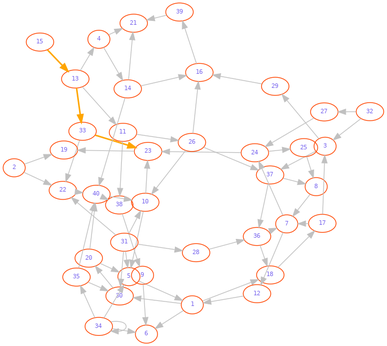
This is image/graphTF.gv.png from MaxTer43/TF-201414715-201416643-201810133-201910127, a Graphviz export, as it was before one commit. Its source is kept beside it as image/graphTF.gv.
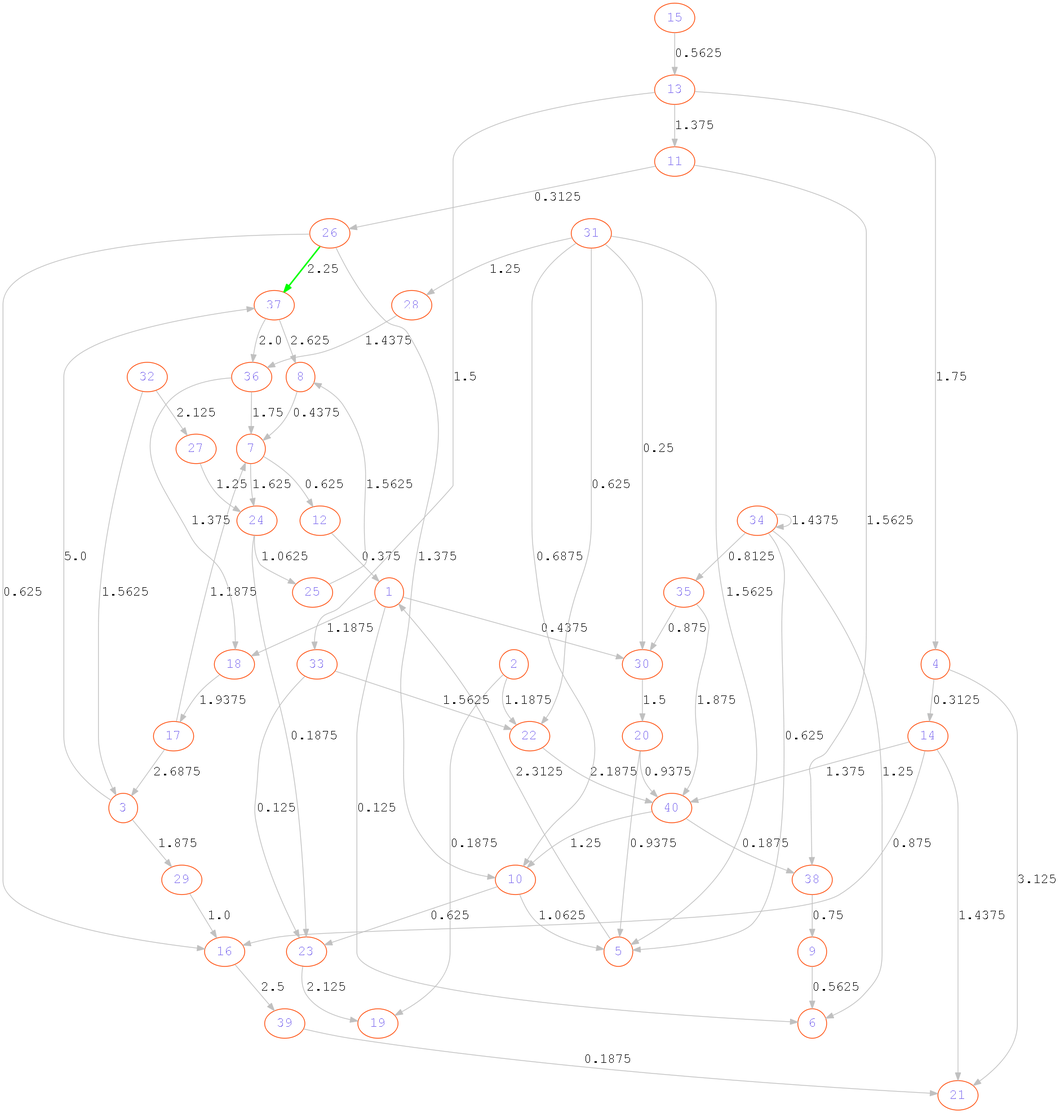
Later version of the same file.

Change to the diagram source:
```diff
@@ -1,72 +1,72 @@
 digraph graphTF {
-	graph [layout=sfdp]
-	node [color=orangered fontcolor=mediumslateblue fontname=monospace fontsize=8 height=0.1 width=0.1]
-	edge [color=gray fontname=monospace fontsize=8]
-	15 -> 13 [color=orange dir=forward penwidth=2]
-	33 -> 23 [color=orange dir=forward penwidth=2]
-	13 -> 33 [color=orange dir=forward penwidth=2]
-	1 -> 6
-	1 -> 18
-	1 -> 30
-	2 -> 19
-	2 -> 22
-	3 -> 29
-	3 -> 37
-	4 -> 14
-	4 -> 21
-	5 -> 1
-	7 -> 12
-	7 -> 24
-	8 -> 7
-	9 -> 6
-	10 -> 5
-	10 -> 23
-	11 -> 26
-	11 -> 38
-	12 -> 1
-	13 -> 4
-	13 -> 11
-	14 -> 16
-	14 -> 21
-	14 -> 40
-	16 -> 39
-	17 -> 3
-	17 -> 7
-	18 -> 17
-	20 -> 5
-	20 -> 40
-	22 -> 40
-	23 -> 19
-	24 -> 23
-	24 -> 25
-	25 -> 8
-	26 -> 10
-	26 -> 16
-	26 -> 37
-	27 -> 24
-	28 -> 36
-	29 -> 16
-	30 -> 20
-	31 -> 5
-	31 -> 10
-	31 -> 22
-	31 -> 28
-	31 -> 30
-	32 -> 3
-	32 -> 27
-	33 -> 22
-	34 -> 5
-	34 -> 6
-	34 -> 34
-	34 -> 35
-	35 -> 30
-	35 -> 40
-	36 -> 7
-	36 -> 18
-	37 -> 8
-	37 -> 36
-	38 -> 9
-	39 -> 21
-	40 -> 10
-	40 -> 38
+	graph [layout=dot]
+	node [color=orangered fontcolor=mediumslateblue fontname=monospace fontsize=18 height=0.1 width=0.1]
+	edge [color=gray fontname=monospace fontsize=18]
+	26 -> 37 [label=2.25 color=green dir=forward penwidth=2]
+	1 -> 6 [label=0.125]
+	1 -> 18 [label=1.1875]
+	1 -> 30 [label=0.4375]
+	2 -> 19 [label=0.1875]
+	2 -> 22 [label=1.1875]
+	3 -> 29 [label=1.875]
+	3 -> 37 [label=5.0]
+	4 -> 14 [label=0.3125]
+	4 -> 21 [label=3.125]
+	5 -> 1 [label=2.3125]
+	7 -> 12 [label=0.625]
+	7 -> 24 [label=1.625]
+	8 -> 7 [label=0.4375]
+	9 -> 6 [label=0.5625]
+	10 -> 5 [label=1.0625]
+	10 -> 23 [label=0.625]
+	11 -> 26 [label=0.3125]
+	11 -> 38 [label=1.5625]
+	12 -> 1 [label=0.375]
+	13 -> 4 [label=1.75]
+	13 -> 11 [label=1.375]
+	13 -> 33 [label=1.5]
+	14 -> 16 [label=0.875]
+	14 -> 21 [label=1.4375]
+	14 -> 40 [label=1.375]
+	15 -> 13 [label=0.5625]
+	16 -> 39 [label=2.5]
+	17 -> 3 [label=2.6875]
+	17 -> 7 [label=1.1875]
+	18 -> 17 [label=1.9375]
+	20 -> 5 [label=0.9375]
+	20 -> 40 [label=0.9375]
+	22 -> 40 [label=2.1875]
+	23 -> 19 [label=2.125]
+	24 -> 23 [label=0.1875]
+	24 -> 25 [label=1.0625]
+	25 -> 8 [label=1.5625]
+	26 -> 10 [label=1.375]
+	26 -> 16 [label=0.625]
+	27 -> 24 [label=1.25]
+	28 -> 36 [label=1.4375]
+	29 -> 16 [label=1.0]
+	30 -> 20 [label=1.5]
+	31 -> 5 [label=1.5625]
+	31 -> 10 [label=0.6875]
+	31 -> 22 [label=0.625]
+	31 -> 28 [label=1.25]
+	31 -> 30 [label=0.25]
+	32 -> 3 [label=1.5625]
+	32 -> 27 [label=2.125]
+	33 -> 22 [label=1.5625]
+	33 -> 23 [label=0.125]
+	34 -> 5 [label=0.625]
+	34 -> 6 [label=1.25]
+	34 -> 34 [label=1.4375]
+	34 -> 35 [label=0.8125]
+	35 -> 30 [label=0.875]
+	35 -> 40 [label=1.875]
+	36 -> 7 [label=1.75]
+	36 -> 18 [label=1.375]
+	37 -> 8 [label=2.625]
+	37 -> 36 [label=2.0]
+	38 -> 9 [label=0.75]
+	39 -> 21 [label=0.1875]
+	40 -> 10 [label=1.25]
+	40 -> 38 [label=0.1875]
 }
```
